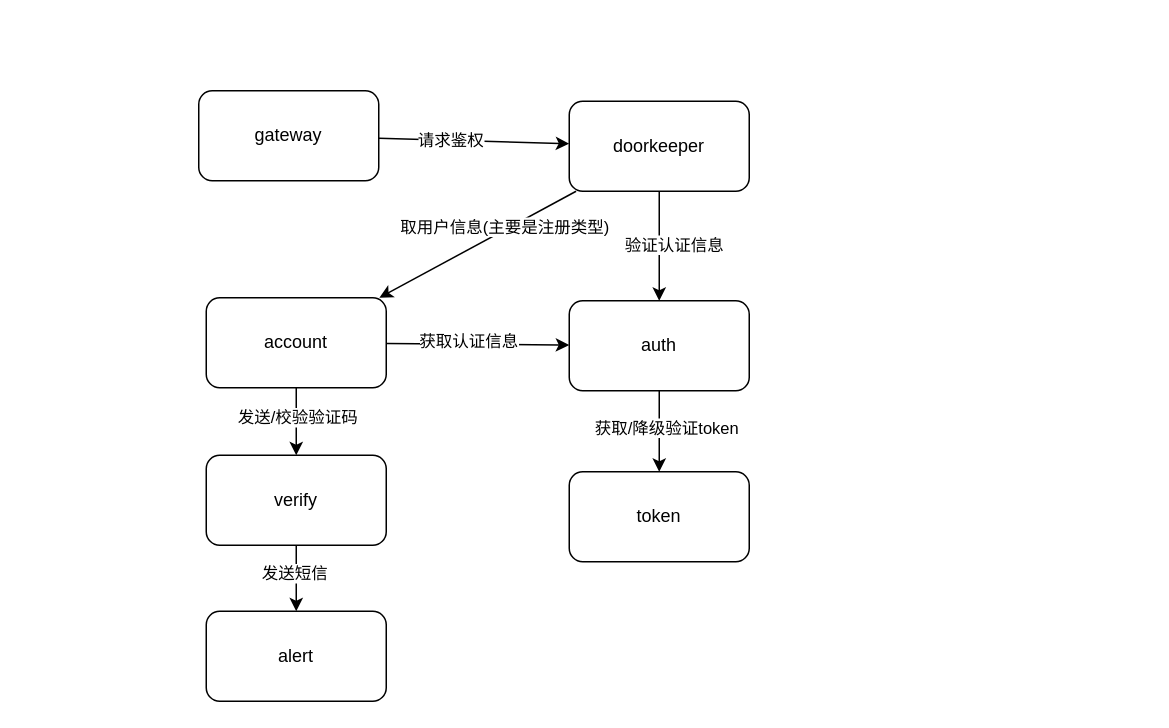
This is page "用户服务关系" (18 of 18) of 系统架构0.drawio from joeytang/imgs, a draw.io file, before an edit. Source tidied: cells renumbered, new cells numbered last; positions are measured from the earlier drawing's top-left corner, leaving out a move shared by most shapes. Both pictures are drawn from the tidied source at 150%, with x=0, y=0 at pixel (198, 90).
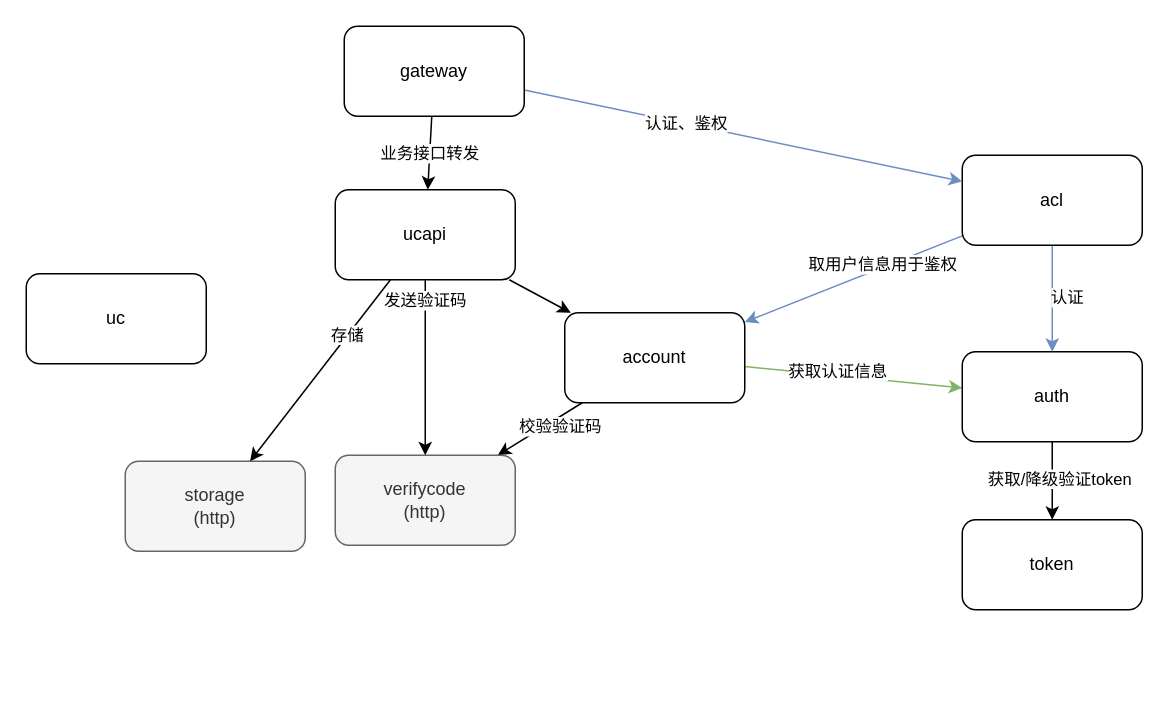
Above is the later version.

The change refers to these unchanged cells:
```xml
<mxCell id="4" style="edgeStyle=none;rounded=0;jettySize=auto;html=1;" parent="1" edge="1" source="6" target="21">
  <mxGeometry relative="1" as="geometry" />
</mxCell>
```

Change to the diagram source:
```diff
@@
-    <mxCell id="2" style="edgeStyle=none;rounded=0;jettySize=auto;html=1;" parent="1" edge="1" source="6" target="9">
+    <mxCell id="2" style="edgeStyle=none;rounded=0;jettySize=auto;html=1;fillColor=#d5e8d4;strokeColor=#82b366;" parent="1" edge="1" source="6" target="9">
       <mxGeometry relative="1" as="geometry" />
     </mxCell>
     <mxCell id="3" value="获取认证信息" style="edgeLabel;html=1;align=center;verticalAlign=middle;" parent="2" vertex="1">
       <mxGeometry x="-0.5" y="2" relative="1" as="geometry">
-        <mxPoint x="23" as="offset" />
+        <mxPoint x="25" y="1" as="offset" />
       </mxGeometry>
     </mxCell>
@@
-    <mxCell id="5" value="发送/校验验证码" style="edgeLabel;html=1;align=center;verticalAlign=middle;" parent="4" vertex="1">
+    <mxCell id="5" value="校验验证码" style="edgeLabel;html=1;align=center;verticalAlign=middle;" parent="4" vertex="1">
       <mxGeometry x="-0.47" y="-1" relative="1" as="geometry">
         <mxPoint x="1" y="7" as="offset" />
       </mxGeometry>
     </mxCell>
     <mxCell id="6" value="account" style="rounded=1;whiteSpace=wrap;html=1;" parent="1" vertex="1">
-      <mxGeometry x="5" y="138" width="120" height="60" as="geometry" />
+      <mxGeometry x="244" y="148" width="120" height="60" as="geometry" />
     </mxCell>
@@
     <mxCell id="9" value="auth" style="rounded=1;whiteSpace=wrap;html=1;" parent="1" vertex="1">
-      <mxGeometry x="247" y="140" width="120" height="60" as="geometry" />
+      <mxGeometry x="509" y="174" width="120" height="60" as="geometry" />
     </mxCell>
-    <mxCell id="10" style="edgeStyle=none;rounded=0;jettySize=auto;html=1;" parent="1" edge="1" source="14" target="9">
+    <mxCell id="10" style="edgeStyle=none;rounded=0;jettySize=auto;html=1;fillColor=#dae8fc;strokeColor=#6c8ebf;" parent="1" edge="1" source="14" target="9">
       <mxGeometry relative="1" as="geometry" />
     </mxCell>
-    <mxCell id="11" value="验证认证信息" style="edgeLabel;html=1;align=center;verticalAlign=middle;" parent="10" vertex="1">
+    <mxCell id="11" value="认证" style="edgeLabel;html=1;align=center;verticalAlign=middle;" parent="10" vertex="1">
       <mxGeometry x="-0.51" relative="1" as="geometry">
         <mxPoint x="9" y="17" as="offset" />
       </mxGeometry>
     </mxCell>
-    <mxCell id="12" style="edgeStyle=none;rounded=0;jettySize=auto;html=1;" parent="1" edge="1" source="14" target="6">
+    <mxCell id="12" style="edgeStyle=none;rounded=0;jettySize=auto;html=1;fillColor=#dae8fc;strokeColor=#6c8ebf;" parent="1" edge="1" source="14" target="6">
       <mxGeometry relative="1" as="geometry" />
     </mxCell>
-    <mxCell id="13" value="取用户信息(主要是注册类型)" style="edgeLabel;html=1;align=center;verticalAlign=middle;" parent="12" vertex="1">
+    <mxCell id="13" value="取用户信息用于鉴权" style="edgeLabel;html=1;align=center;verticalAlign=middle;" parent="12" vertex="1">
       <mxGeometry x="-0.27" y="-2" relative="1" as="geometry" />
     </mxCell>
-    <mxCell id="14" value="doorkeeper" style="rounded=1;whiteSpace=wrap;html=1;" parent="1" vertex="1">
-      <mxGeometry x="247" y="7" width="120" height="60" as="geometry" />
+    <mxCell id="14" value="acl" style="rounded=1;whiteSpace=wrap;html=1;" parent="1" vertex="1">
+      <mxGeometry x="509" y="43" width="120" height="60" as="geometry" />
     </mxCell>
     <mxCell id="15" value="token" style="rounded=1;whiteSpace=wrap;html=1;" parent="1" vertex="1">
-      <mxGeometry x="247" y="254" width="120" height="60" as="geometry" />
+      <mxGeometry x="509" y="286" width="120" height="60" as="geometry" />
     </mxCell>
-    <mxCell id="16" style="edgeStyle=none;rounded=0;jettySize=auto;html=1;" parent="1" edge="1" source="18" target="14">
+    <mxCell id="16" style="edgeStyle=none;rounded=0;jettySize=auto;html=1;fillColor=#dae8fc;strokeColor=#6c8ebf;" parent="1" edge="1" source="18" target="14">
       <mxGeometry relative="1" as="geometry" />
     </mxCell>
-    <mxCell id="17" value="请求鉴权" style="edgeLabel;html=1;align=center;verticalAlign=middle;" parent="16" vertex="1">
+    <mxCell id="17" value="认证、鉴权" style="edgeLabel;html=1;align=center;verticalAlign=middle;" parent="16" vertex="1">
       <mxGeometry x="-0.26" y="1" relative="1" as="geometry" />
     </mxCell>
+    <mxCell id="23" style="edgeStyle=none;rounded=0;jettySize=auto;html=1;" parent="1" edge="1" source="18" target="31">
+      <mxGeometry relative="1" as="geometry" />
+    </mxCell>
+    <mxCell id="24" value="业务接口转发" style="edgeLabel;html=1;align=center;verticalAlign=middle;" parent="23" vertex="1">
+      <mxGeometry x="-0.51" y="-1" relative="1" as="geometry">
+        <mxPoint y="13" as="offset" />
+      </mxGeometry>
+    </mxCell>
     <mxCell id="18" value="gateway" style="rounded=1;whiteSpace=wrap;html=1;" parent="1" vertex="1">
-      <mxGeometry width="120" height="60" as="geometry" />
+      <mxGeometry x="97" y="-43" width="120" height="60" as="geometry" />
     </mxCell>
-    <mxCell id="19" style="edgeStyle=none;rounded=0;jettySize=auto;html=1;" parent="1" edge="1" source="21" target="22">
-      <mxGeometry relative="1" as="geometry" />
-    </mxCell>
-    <mxCell id="20" value="发送短信" style="edgeLabel;html=1;align=center;verticalAlign=middle;" parent="19" vertex="1">
-      <mxGeometry x="-0.45" y="2" relative="1" as="geometry">
-        <mxPoint x="-4" y="6" as="offset" />
-      </mxGeometry>
-    </mxCell>
-    <mxCell id="21" value="verify" style="rounded=1;whiteSpace=wrap;html=1;" parent="1" vertex="1">
-      <mxGeometry x="5" y="243" width="120" height="60" as="geometry" />
+    <mxCell id="21" value="verifycode&lt;br&gt;(http)" style="rounded=1;whiteSpace=wrap;html=1;fillColor=#f5f5f5;strokeColor=#666666;fontColor=#333333;" parent="1" vertex="1">
+      <mxGeometry x="91" y="243" width="120" height="60" as="geometry" />
     </mxCell>
-    <mxCell id="22" value="alert" style="rounded=1;whiteSpace=wrap;html=1;" parent="1" vertex="1">
-      <mxGeometry x="5" y="347" width="120" height="60" as="geometry" />
-    </mxCell>
+    <mxCell id="25" value="storage&lt;br&gt;(http)" style="rounded=1;whiteSpace=wrap;html=1;fillColor=#f5f5f5;strokeColor=#666666;fontColor=#333333;" parent="1" vertex="1">
+      <mxGeometry x="-49" y="247" width="120" height="60" as="geometry" />
+    </mxCell>
+    <mxCell id="26" style="edgeStyle=none;rounded=0;jettySize=auto;html=1;" parent="1" edge="1" source="31" target="6">
+      <mxGeometry relative="1" as="geometry" />
+    </mxCell>
+    <mxCell id="27" style="edgeStyle=none;rounded=0;jettySize=auto;html=1;" parent="1" edge="1" source="31" target="25">
+      <mxGeometry relative="1" as="geometry" />
+    </mxCell>
+    <mxCell id="28" value="存储" style="edgeLabel;html=1;align=center;verticalAlign=middle;" parent="27" vertex="1">
+      <mxGeometry x="-0.49" y="1" relative="1" as="geometry">
+        <mxPoint x="-6" y="5" as="offset" />
+      </mxGeometry>
+    </mxCell>
+    <mxCell id="29" style="edgeStyle=none;rounded=0;jettySize=auto;html=1;" parent="1" edge="1" source="31" target="21">
+      <mxGeometry relative="1" as="geometry" />
+    </mxCell>
+    <mxCell id="30" value="发送验证码" style="edgeLabel;html=1;align=center;verticalAlign=middle;" parent="29" vertex="1">
+      <mxGeometry x="-0.77" y="-1" relative="1" as="geometry" />
+    </mxCell>
+    <mxCell id="31" value="ucapi" style="rounded=1;whiteSpace=wrap;html=1;" parent="1" vertex="1">
+      <mxGeometry x="91" y="66" width="120" height="60" as="geometry" />
+    </mxCell>
+    <mxCell id="32" value="uc" style="rounded=1;whiteSpace=wrap;html=1;" parent="1" vertex="1">
+      <mxGeometry x="-115" y="122" width="120" height="60" as="geometry" />
+    </mxCell>
```
